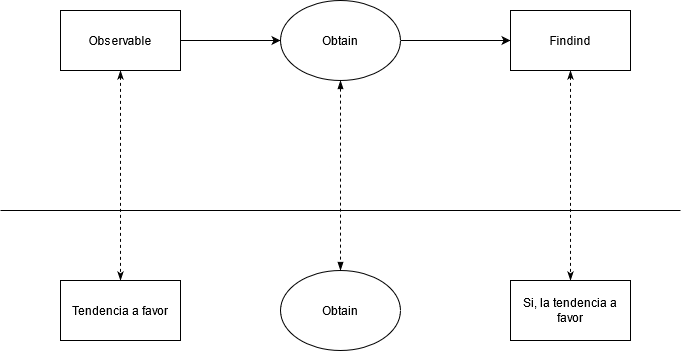
Above: practica/imagenes/Obtain.png in weltonvs/DSI (draw.io), before the change. Source tidied: cells renumbered, new cells last; positions are measured from the earlier drawing's top-left corner, leaving out a move shared by most shapes.
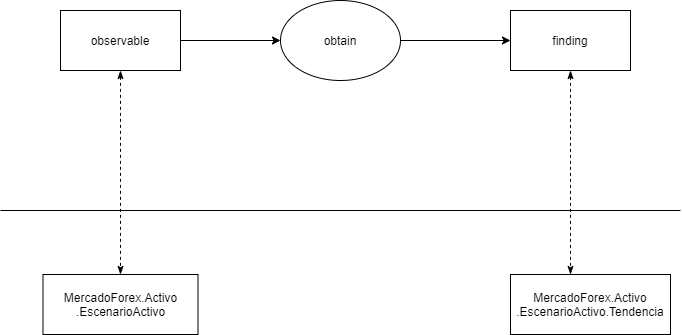
After the commit.

What changed in the source:
```diff
@@ -8,33 +8,32 @@
     <mxCell id="3" style="edgeStyle=orthogonalEdgeStyle;rounded=0;jettySize=auto;html=1;dashed=1;startArrow=classicThin;startFill=1;endArrow=classicThin;endFill=1;" parent="1" edge="1" source="4" target="10">
       <mxGeometry relative="1" as="geometry" />
     </mxCell>
-    <mxCell id="4" value="Observable" style="rounded=0;whiteSpace=wrap;html=1;" parent="1" vertex="1">
+    <mxCell id="4" value="observable" style="rounded=0;whiteSpace=wrap;html=1;" parent="1" vertex="1">
       <mxGeometry x="60" y="10" width="120" height="60" as="geometry" />
     </mxCell>
     <mxCell id="5" style="edgeStyle=orthogonalEdgeStyle;rounded=0;jettySize=auto;html=1;" parent="1" edge="1" source="6" target="8">
       <mxGeometry relative="1" as="geometry" />
     </mxCell>
-    <mxCell id="6" value="Obtain" style="ellipse;whiteSpace=wrap;html=1;" parent="1" vertex="1">
+    <mxCell id="6" value="obtain" style="ellipse;whiteSpace=wrap;html=1;" parent="1" vertex="1">
       <mxGeometry x="280" width="120" height="80" as="geometry" />
     </mxCell>
     <mxCell id="7" style="edgeStyle=orthogonalEdgeStyle;rounded=0;jettySize=auto;html=1;dashed=1;startArrow=classicThin;startFill=1;endArrow=classicThin;endFill=1;" parent="1" edge="1" source="8" target="9">
-      <mxGeometry relative="1" as="geometry" />
+      <mxGeometry relative="1" as="geometry">
+        <Array as="points">
+          <mxPoint x="570" y="230" />
+          <mxPoint x="570" y="230" />
+        </Array>
+      </mxGeometry>
     </mxCell>
-    <mxCell id="8" value="Findind" style="whiteSpace=wrap;html=1;" parent="1" vertex="1">
+    <mxCell id="8" value="finding" style="whiteSpace=wrap;html=1;" parent="1" vertex="1">
       <mxGeometry x="510" y="10" width="120" height="60" as="geometry" />
     </mxCell>
-    <mxCell id="9" value="Si, la tendencia a favor" style="whiteSpace=wrap;html=1;" parent="1" vertex="1">
-      <mxGeometry x="510" y="280" width="120" height="60" as="geometry" />
+    <mxCell id="9" value="MercadoForex.Activo&lt;br&gt;.EscenarioActivo.Tendencia" style="whiteSpace=wrap;html=1;" parent="1" vertex="1">
+      <mxGeometry x="510" y="274" width="160" height="60" as="geometry" />
     </mxCell>
-    <mxCell id="10" value="Tendencia a favor" style="rounded=0;whiteSpace=wrap;html=1;" parent="1" vertex="1">
-      <mxGeometry x="60" y="280" width="120" height="60" as="geometry" />
+    <mxCell id="10" value="MercadoForex.Activo&lt;br&gt;.EscenarioActivo" style="rounded=0;whiteSpace=wrap;html=1;" parent="1" vertex="1">
+      <mxGeometry x="42.5" y="274" width="155" height="60" as="geometry" />
     </mxCell>
-    <mxCell id="11" value="Obtain" style="ellipse;whiteSpace=wrap;html=1;" parent="1" vertex="1">
-      <mxGeometry x="280" y="270" width="120" height="80" as="geometry" />
-    </mxCell>
-    <mxCell id="12" style="edgeStyle=orthogonalEdgeStyle;rounded=0;jettySize=auto;html=1;dashed=1;startArrow=blockThin;startFill=1;exitX=0.5;exitY=1;exitDx=0;exitDy=0;entryX=0.5;entryY=0;entryDx=0;entryDy=0;endArrow=blockThin;endFill=1;" parent="1" edge="1" source="6" target="11">
-      <mxGeometry relative="1" as="geometry" />
-    </mxCell>
     <mxCell id="13" style="endArrow=none;html=1;strokeWidth=1;jumpSize=6;" parent="1" edge="1">
       <mxGeometry relative="1" as="geometry">
         <mxPoint y="210" as="sourcePoint" />
```
